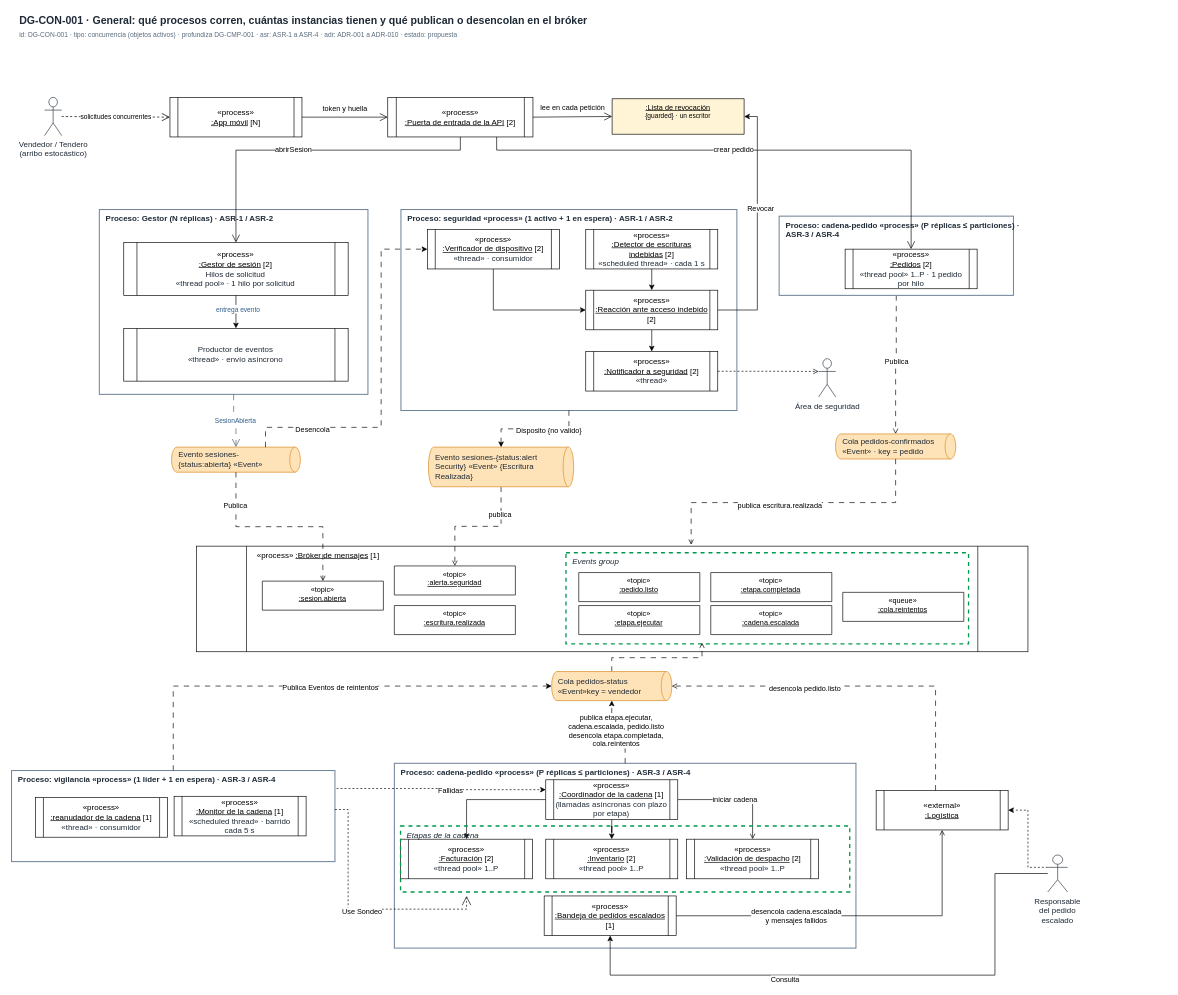
Above: page "DG-CON-001-General" (1 of 3) of docs/modelos/drawio/vista-concurrencia.drawio in MATI-MBIT/arqsoft-reto-2 (draw.io), before the change. Source tidied: cells renumbered, new cells numbered last; positions are measured from the earlier drawing's top-left corner, leaving out a move shared by most shapes. Both pictures are drawn from the tidied source at 66%, with x=0, y=0 at pixel (11, 11).
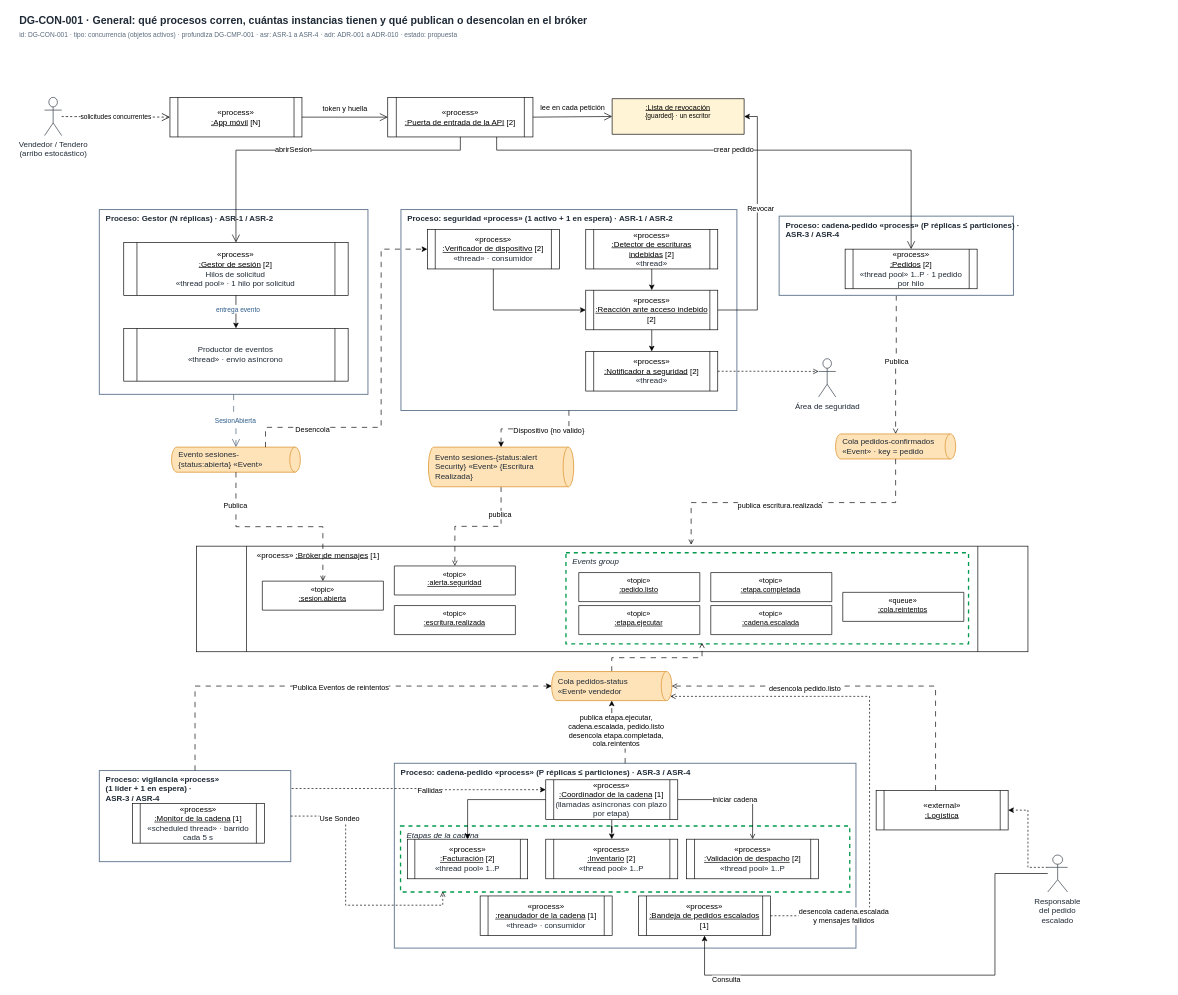
Above is the later version.

Unchanged cells that the change refers to:
```xml
<mxCell id="2" value="&lt;b&gt;Proceso: seguridad  «process» (1 activo + 1 en espera) · ASR-1 / ASR-2&lt;/b&gt;" style="rounded=0;html=1;fillColor=#FFFFFF;strokeColor=#6B7F95;strokeWidth=1.5;align=left;verticalAlign=top;spacingLeft=8;fontStyle=1;fontFamily=Helvetica;fontColor=#1F2A36;fontSize=12;" parent="1" vertex="1">
  <mxGeometry x="590" y="300" width="509" height="304.5" as="geometry" />
</mxCell>
<mxCell id="47" style="edgeStyle=orthogonalEdgeStyle;rounded=0;jettySize=auto;html=1;exitX=0.5;exitY=1;exitDx=0;exitDy=0;entryX=0;entryY=0.5;entryDx=0;entryDy=0;entryPerimeter=0;dashed=1;dashPattern=8 8;" parent="1" edge="1" source="2" target="46">
  <mxGeometry relative="1" as="geometry" />
</mxCell>
<mxCell id="50" value="«external»&lt;br&gt;&lt;u&gt;:Logística&lt;/u&gt;" style="shape=process;whiteSpace=wrap;html=1;backgroundOutline=1;size=0.06;fillColor=#FFFFFF;strokeColor=#000000;fontSize=12;" parent="1" vertex="1">
  <mxGeometry x="1310" y="1180" width="200" height="60" as="geometry" />
</mxCell>
<mxCell id="56" value="&lt;b&gt;Proceso: cadena-pedido «process» (P réplicas ≤ particiones) · ASR-3 / ASR-4&lt;/b&gt;" style="rounded=0;html=1;fillColor=#FFFFFF;strokeColor=#6B7F95;strokeWidth=1.5;align=left;verticalAlign=top;spacingLeft=8;fontStyle=1;fontFamily=Helvetica;fontColor=#1F2A36;fontSize=12;" parent="1" vertex="1">
  <mxGeometry x="580" y="1139" width="699.4" height="280" as="geometry" />
</mxCell>
<mxCell id="88" value="Responsable del pedido escalado" style="shape=umlActor;verticalLabelPosition=bottom;verticalAlign=top;html=1;whiteSpace=wrap;fillColor=#FFFFFF;strokeColor=#2B3642;fontFamily=Helvetica;fontSize=12;fontColor=#1F2A36;" parent="1" vertex="1">
  <mxGeometry x="1570" y="1278" width="30" height="56" as="geometry" />
</mxCell>
```

Diff of the diagram source:
```diff
@@
-    <mxCell id="6" value="«process»&lt;br&gt;&lt;u&gt;:Detector de escrituras indebidas&lt;/u&gt; [2]&lt;br&gt;&lt;span style=&quot;color: rgb(31, 42, 54);&quot;&gt;«scheduled thread» · cada 1 s&lt;/span&gt;" style="shape=process;whiteSpace=wrap;html=1;backgroundOutline=1;size=0.06;fillColor=#FFFFFF;strokeColor=#000000;fontSize=12;" parent="2" vertex="1">
+    <mxCell id="6" value="«process»&lt;br&gt;&lt;u&gt;:Detector de escrituras indebidas&lt;/u&gt; [2]&lt;br&gt;&lt;span style=&quot;color: rgb(31, 42, 54);&quot;&gt;«thread»&lt;/span&gt;" style="shape=process;whiteSpace=wrap;html=1;backgroundOutline=1;size=0.06;fillColor=#FFFFFF;strokeColor=#000000;fontSize=12;" parent="2" vertex="1">
       <mxGeometry x="280" y="30" width="200" height="60" as="geometry" />
     </mxCell>
@@
-    <mxCell id="48" value="Disposito {no valido}" style="edgeLabel;html=1;align=center;verticalAlign=middle;" parent="47" vertex="1">
+    <mxCell id="48" value="Dispositivo {no valido}" style="edgeLabel;html=1;align=center;verticalAlign=middle;" parent="47" vertex="1">
       <mxGeometry x="-0.25" y="2" relative="1" as="geometry" />
     </mxCell>
@@
-    <mxCell id="53" value="&lt;b&gt;Proceso: vigilancia  «process» (1 líder + 1 en espera) · ASR-3 / ASR-4&lt;/b&gt;" style="rounded=0;html=1;fillColor=#FFFFFF;strokeColor=#6B7F95;strokeWidth=1.5;align=left;verticalAlign=top;spacingLeft=8;fontStyle=1;fontFamily=Helvetica;fontColor=#1F2A36;fontSize=12;" parent="1" vertex="1">
-      <mxGeometry y="1150" width="490" height="138" as="geometry" />
+    <mxCell id="53" value="&lt;b&gt;Proceso: vigilancia  «process» &lt;br&gt;(1 líder + 1 en espera) · &lt;br&gt;ASR-3 / ASR-4&lt;/b&gt;" style="rounded=0;html=1;fillColor=#FFFFFF;strokeColor=#6B7F95;strokeWidth=1.5;align=left;verticalAlign=top;spacingLeft=8;fontStyle=1;fontFamily=Helvetica;fontColor=#1F2A36;fontSize=12;" parent="1" vertex="1">
+      <mxGeometry x="133" y="1150" width="290" height="138" as="geometry" />
     </mxCell>
     <mxCell id="54" value="«process»&lt;br&gt;&lt;u&gt;:Monitor de la cadena&lt;/u&gt; [1]&lt;br&gt;&lt;span style=&quot;color: rgb(31, 42, 54);&quot;&gt;«scheduled thread» · barrido cada 5 s&lt;/span&gt;" style="shape=process;whiteSpace=wrap;html=1;backgroundOutline=1;size=0.06;fillColor=#FFFFFF;strokeColor=#000000;fontSize=12;" parent="53" vertex="1">
-      <mxGeometry x="246.3" y="39" width="200" height="60" as="geometry" />
+      <mxGeometry x="50" y="50" width="200" height="60" as="geometry" />
     </mxCell>
-    <mxCell id="55" value="«process»&lt;br&gt;&lt;u&gt;:reanudador de la cadena&lt;/u&gt; [1]&lt;br&gt;&lt;span style=&quot;color: rgb(31, 42, 54);&quot;&gt;«thread» · consumidor&lt;/span&gt;" style="shape=process;whiteSpace=wrap;html=1;backgroundOutline=1;size=0.06;fillColor=#FFFFFF;strokeColor=#000000;fontSize=12;" parent="53" vertex="1">
-      <mxGeometry x="36.3" y="41" width="200" height="60" as="geometry" />
-    </mxCell>
@@
+    <mxCell id="65" value="Etapas de la cadena" style="rounded=0;html=1;whiteSpace=wrap;verticalAlign=top;align=left;spacingLeft=8;fillColor=none;strokeColor=#00994D;fontStyle=2;dashed=1;fontFamily=Helvetica;fontSize=12;fontColor=#1F2A36;strokeWidth=2;" parent="56" vertex="1">
+      <mxGeometry x="9.4" y="95" width="680.6" height="100" as="geometry" />
+    </mxCell>
@@
     <mxCell id="58" value="«process»&lt;br&gt;&lt;u&gt;:Bandeja de pedidos escalados&lt;/u&gt; [1]" style="shape=process;whiteSpace=wrap;html=1;backgroundOutline=1;size=0.06;fillColor=#FFFFFF;strokeColor=#000000;fontSize=12;" parent="56" vertex="1">
-      <mxGeometry x="227" y="201" width="200" height="60" as="geometry" />
+      <mxGeometry x="370" y="201" width="200" height="60" as="geometry" />
     </mxCell>
     <mxCell id="59" value="«process»&lt;br&gt;&lt;u&gt;:Facturación&lt;/u&gt; [2]&lt;br&gt;&lt;span style=&quot;color: rgb(31, 42, 54);&quot;&gt;«thread pool» 1..P&lt;/span&gt;" style="shape=process;whiteSpace=wrap;html=1;backgroundOutline=1;size=0.06;fillColor=#FFFFFF;strokeColor=#000000;fontSize=12;" parent="56" vertex="1">
-      <mxGeometry x="9.4" y="115" width="200" height="60" as="geometry" />
+      <mxGeometry x="20" y="115" width="182" height="60" as="geometry" />
     </mxCell>
@@
-    <mxCell id="65" value="Etapas de la cadena" style="rounded=0;html=1;whiteSpace=wrap;verticalAlign=top;align=left;spacingLeft=8;fillColor=none;strokeColor=#00994D;fontStyle=2;dashed=1;fontFamily=Helvetica;fontSize=12;fontColor=#1F2A36;strokeWidth=2;" parent="56" vertex="1">
-      <mxGeometry x="9.4" y="95" width="680.6" height="100" as="geometry" />
-    </mxCell>
+    <mxCell id="55" value="«process»&lt;br&gt;&lt;u&gt;:reanudador de la cadena&lt;/u&gt; [1]&lt;br&gt;&lt;span style=&quot;color: rgb(31, 42, 54);&quot;&gt;«thread» · consumidor&lt;/span&gt;" style="shape=process;whiteSpace=wrap;html=1;backgroundOutline=1;size=0.06;fillColor=#FFFFFF;strokeColor=#000000;fontSize=12;" parent="56" vertex="1">
+      <mxGeometry x="130" y="201" width="200" height="60" as="geometry" />
+    </mxCell>
@@
-    <mxCell id="67" value="Cola pedidos-status&lt;br&gt;«Event»key = vendedor" style="shape=cylinder3;direction=south;boundedLbl=1;backgroundOutline=1;size=8;whiteSpace=wrap;html=1;fillColor=#FFE3B8;strokeColor=#E3A857;strokeWidth=1.5;align=left;spacingLeft=6;fontFamily=Helvetica;fontColor=#1F2A36;fontSize=12;" parent="1" vertex="1">
+    <mxCell id="67" value="Cola pedidos-status&lt;br&gt;«Event&lt;span style=&quot;color: rgb(0, 0, 0); font-size: 11px; text-align: center;&quot;&gt;»&amp;nbsp;&lt;/span&gt;vendedor" style="shape=cylinder3;direction=south;boundedLbl=1;backgroundOutline=1;size=8;whiteSpace=wrap;html=1;fillColor=#FFE3B8;strokeColor=#E3A857;strokeWidth=1.5;align=left;spacingLeft=6;fontFamily=Helvetica;fontColor=#1F2A36;fontSize=12;" parent="1" vertex="1">
       <mxGeometry x="818.4" y="1000" width="182" height="44" as="geometry" />
     </mxCell>
@@
-    <mxCell id="70" value="Use Sondeo" style="endArrow=open;endSize=12;dashed=1;html=1;rounded=0;exitX=1;exitY=0.5;exitDx=0;exitDy=0;edgeStyle=orthogonalEdgeStyle;" parent="1" edge="1">
-      <mxGeometry x="0.03" y="-4" relative="1" as="geometry">
-        <mxPoint x="490" y="1209" as="sourcePoint" />
-        <mxPoint x="689.4" y="1340" as="targetPoint" />
-        <Array as="points">
-          <mxPoint x="510" y="1209" />
-          <mxPoint x="510" y="1360" />
-          <mxPoint x="689.4" y="1360" />
-        </Array>
-        <mxPoint x="1" as="offset" />
-      </mxGeometry>
-    </mxCell>
-    <mxCell id="71" style="edgeStyle=orthogonalEdgeStyle;rounded=0;jettySize=auto;html=1;entryX=0.5;entryY=1;entryDx=0;entryDy=0;endArrow=open;endFill=0;" parent="1" edge="1" source="58" target="50">
-      <mxGeometry relative="1" as="geometry" />
+    <mxCell id="71" style="edgeStyle=orthogonalEdgeStyle;rounded=0;jettySize=auto;html=1;entryX=0.855;entryY=0;entryDx=0;entryDy=2.32;endArrow=open;endFill=0;entryPerimeter=0;dashed=1;" parent="1" edge="1" source="58" target="67">
+      <mxGeometry x="-0.09" relative="1" as="geometry">
+        <Array as="points">
+          <mxPoint x="1300" y="1370" />
+          <mxPoint x="1300" y="1037.6" />
+        </Array>
+      </mxGeometry>
     </mxCell>
     <mxCell id="72" value="desencola cadena.escalada&lt;br&gt;y mensajes fallidos" style="edgeLabel;html=1;align=center;verticalAlign=middle;" parent="71" vertex="1">
-      <mxGeometry x="-0.32" relative="1" as="geometry" />
+      <mxGeometry x="-0.72" relative="1" as="geometry" />
     </mxCell>
@@
     <mxCell id="86" style="edgeStyle=orthogonalEdgeStyle;rounded=0;jettySize=auto;html=1;entryX=0.5;entryY=1;entryDx=0;entryDy=0;" parent="1" edge="1" source="88" target="58">
-      <mxGeometry relative="1" as="geometry">
+      <mxGeometry x="0.39" relative="1" as="geometry">
         <Array as="points">
           <mxPoint x="1490" y="1306" />
           <mxPoint x="1490" y="1460" />
-          <mxPoint x="907" y="1460" />
+          <mxPoint x="1050" y="1460" />
         </Array>
       </mxGeometry>
     </mxCell>
     <mxCell id="87" value="Consulta" style="edgeLabel;html=1;align=center;verticalAlign=middle;" parent="86" vertex="1">
-      <mxGeometry x="0.26" y="6" relative="1" as="geometry" />
+      <mxGeometry x="0.75" y="6" relative="1" as="geometry" />
     </mxCell>
@@
+    <mxCell id="89" style="edgeStyle=orthogonalEdgeStyle;rounded=0;jettySize=auto;html=1;entryX=0.094;entryY=0.993;entryDx=0;entryDy=0;entryPerimeter=0;endArrow=open;endFill=0;dashed=1;" parent="1" edge="1" source="53" target="65">
+      <mxGeometry x="-0.49" relative="1" as="geometry" />
+    </mxCell>
+    <mxCell id="70" value="Use Sondeo" style="edgeLabel;html=1;align=center;verticalAlign=middle;" parent="89" vertex="1">
+      <mxGeometry x="-0.62" y="-3" relative="1" as="geometry" />
+    </mxCell>
```
